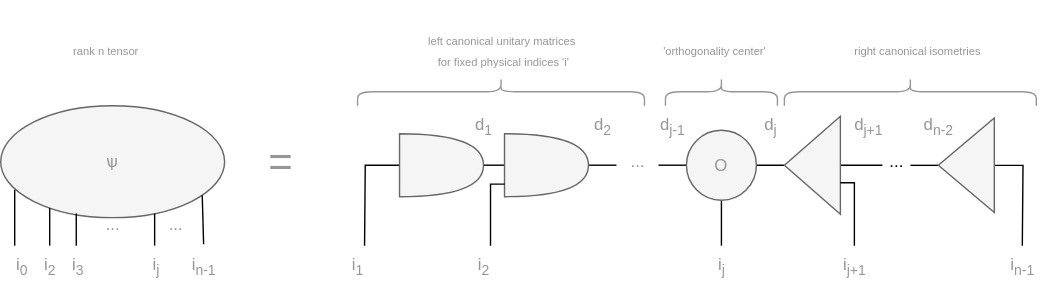
Above: pictures/mps.svg in Prod1us/TensorNetworks (draw.io), before the change. Source tidied: cells renumbered, new cells last; positions are measured from the earlier drawing's top-left corner, leaving out a move shared by most shapes.
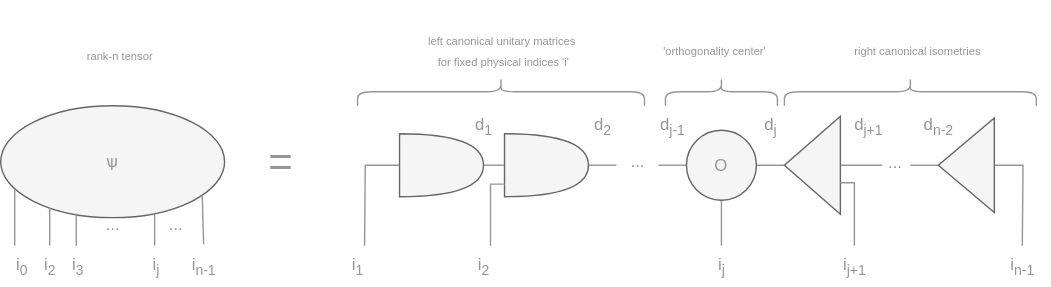
After the change.

Change to the diagram source:
```diff
@@ -5,19 +5,19 @@
     <mxCell id="2" value="&lt;font color=&quot;#969696&quot;&gt;ѱ&lt;/font&gt;" style="ellipse;whiteSpace=wrap;html=1;fillColor=#f5f5f5;fontColor=#333333;strokeColor=#666666;" parent="1" vertex="1">
       <mxGeometry y="75" width="160" height="80" as="geometry" />
     </mxCell>
-    <mxCell id="3" style="endArrow=none;html=1;rounded=0;" parent="1" edge="1">
+    <mxCell id="3" style="endArrow=none;html=1;rounded=0;fillColor=#969696;strokeColor=#969696;" parent="1" edge="1">
       <mxGeometry relative="1" as="geometry">
         <mxPoint x="10" y="175" as="sourcePoint" />
         <mxPoint x="10" y="135" as="targetPoint" />
       </mxGeometry>
     </mxCell>
-    <mxCell id="4" style="endArrow=none;html=1;rounded=0;" parent="1" edge="1">
+    <mxCell id="4" style="endArrow=none;html=1;rounded=0;strokeColor=#969696;" parent="1" edge="1">
       <mxGeometry relative="1" as="geometry">
         <mxPoint x="35" y="175" as="sourcePoint" />
         <mxPoint x="35" y="148" as="targetPoint" />
       </mxGeometry>
     </mxCell>
-    <mxCell id="5" style="endArrow=none;html=1;rounded=0;" parent="1" edge="1">
+    <mxCell id="5" style="endArrow=none;html=1;rounded=0;strokeColor=#969696;" parent="1" edge="1">
       <mxGeometry relative="1" as="geometry">
         <mxPoint x="145" y="174" as="sourcePoint" />
         <mxPoint x="144" y="139" as="targetPoint" />
@@ -35,24 +35,24 @@
     <mxCell id="9" value="&lt;font color=&quot;#969696&quot;&gt;i&lt;sub&gt;n-1&lt;/sub&gt;&lt;/font&gt;" style="text;html=1;align=center;verticalAlign=middle;strokeColor=none;fillColor=none;" parent="1" vertex="1">
       <mxGeometry x="125" y="175" width="40" height="30" as="geometry" />
     </mxCell>
-    <mxCell id="10" style="endArrow=none;html=1;rounded=0;" parent="1" edge="1">
+    <mxCell id="10" style="endArrow=none;html=1;rounded=0;strokeColor=#969696;" parent="1" edge="1">
       <mxGeometry relative="1" as="geometry">
         <mxPoint x="54" y="175" as="sourcePoint" />
         <mxPoint x="54" y="152" as="targetPoint" />
       </mxGeometry>
     </mxCell>
-    <mxCell id="11" style="edgeStyle=orthogonalEdgeStyle;rounded=0;jettySize=auto;html=1;strokeWidth=1;endArrow=none;endFill=0;" parent="1" edge="1" source="13">
+    <mxCell id="11" style="edgeStyle=orthogonalEdgeStyle;rounded=0;jettySize=auto;html=1;strokeWidth=1;endArrow=none;endFill=0;strokeColor=#969696;" parent="1" edge="1" source="13">
       <mxGeometry relative="1" as="geometry">
         <mxPoint x="260" y="175" as="targetPoint" />
       </mxGeometry>
     </mxCell>
-    <mxCell id="12" style="rounded=0;jettySize=auto;html=1;endArrow=none;endFill=0;" parent="1" edge="1" source="13" target="15">
+    <mxCell id="12" style="rounded=0;jettySize=auto;html=1;endArrow=none;endFill=0;strokeColor=#969696;" parent="1" edge="1" source="13" target="15">
       <mxGeometry relative="1" as="geometry" />
     </mxCell>
     <mxCell id="13" style="shape=or;whiteSpace=wrap;html=1;fillColor=#f5f5f5;fontColor=#333333;strokeColor=#666666;" parent="1" vertex="1">
       <mxGeometry x="285" y="95" width="60" height="45" as="geometry" />
     </mxCell>
-    <mxCell id="14" style="edgeStyle=orthogonalEdgeStyle;rounded=0;jettySize=auto;html=1;endArrow=none;endFill=0;" parent="1" edge="1" source="15">
+    <mxCell id="14" style="edgeStyle=orthogonalEdgeStyle;rounded=0;jettySize=auto;html=1;endArrow=none;endFill=0;strokeColor=#969696;" parent="1" edge="1" source="15">
       <mxGeometry relative="1" as="geometry">
         <mxPoint x="440" y="117.5" as="targetPoint" />
       </mxGeometry>
@@ -60,7 +60,7 @@
     <mxCell id="15" style="shape=or;whiteSpace=wrap;html=1;fillColor=#f5f5f5;fontColor=#333333;strokeColor=#666666;" parent="1" vertex="1">
       <mxGeometry x="360" y="95" width="60" height="45" as="geometry" />
     </mxCell>
-    <mxCell id="16" style="endArrow=none;html=1;rounded=0;" parent="1" edge="1">
+    <mxCell id="16" style="endArrow=none;html=1;rounded=0;strokeColor=#969696;" parent="1" edge="1">
       <mxGeometry relative="1" as="geometry">
         <mxPoint x="350" y="175" as="sourcePoint" />
         <mxPoint x="360" y="131" as="targetPoint" />
@@ -75,7 +75,7 @@
     <mxCell id="18" value="&lt;font color=&quot;#969696&quot;&gt;i&lt;sub&gt;2&lt;/sub&gt;&lt;/font&gt;" style="text;html=1;align=center;verticalAlign=middle;strokeColor=none;fillColor=none;" parent="1" vertex="1">
       <mxGeometry x="330" y="175" width="30" height="30" as="geometry" />
     </mxCell>
-    <mxCell id="19" style="endArrow=none;html=1;rounded=0;" parent="1" edge="1">
+    <mxCell id="19" style="endArrow=none;html=1;rounded=0;strokeColor=#969696;" parent="1" edge="1">
       <mxGeometry relative="1" as="geometry">
         <mxPoint x="110" y="175" as="sourcePoint" />
         <mxPoint x="110" y="152" as="targetPoint" />
@@ -87,15 +87,15 @@
     <mxCell id="21" value="&lt;font color=&quot;#969696&quot;&gt;...&lt;/font&gt;" style="text;html=1;align=center;verticalAlign=middle;strokeColor=none;fillColor=none;" parent="1" vertex="1">
       <mxGeometry x="440" y="100" width="30" height="30" as="geometry" />
     </mxCell>
-    <mxCell id="22" style="edgeStyle=orthogonalEdgeStyle;rounded=0;jettySize=auto;html=1;endArrow=none;endFill=0;exitX=0;exitY=0.5;exitDx=0;exitDy=0;" parent="1" edge="1" source="25">
+    <mxCell id="22" style="edgeStyle=orthogonalEdgeStyle;rounded=0;jettySize=auto;html=1;endArrow=none;endFill=0;exitX=0;exitY=0.5;exitDx=0;exitDy=0;strokeColor=#969696;" parent="1" edge="1" source="25">
       <mxGeometry relative="1" as="geometry">
         <mxPoint x="470" y="118" as="targetPoint" />
       </mxGeometry>
     </mxCell>
-    <mxCell id="23" style="edgeStyle=orthogonalEdgeStyle;rounded=0;jettySize=auto;html=1;endArrow=none;endFill=0;" parent="1" edge="1" source="25" target="27">
+    <mxCell id="23" style="edgeStyle=orthogonalEdgeStyle;rounded=0;jettySize=auto;html=1;endArrow=none;endFill=0;strokeColor=#969696;" parent="1" edge="1" source="25" target="27">
       <mxGeometry relative="1" as="geometry" />
     </mxCell>
-    <mxCell id="24" style="rounded=0;jettySize=auto;html=1;endArrow=none;endFill=0;" parent="1" edge="1" source="25">
+    <mxCell id="24" style="rounded=0;jettySize=auto;html=1;endArrow=none;endFill=0;strokeColor=#969696;" parent="1" edge="1" source="25">
       <mxGeometry relative="1" as="geometry">
         <mxPoint x="515" y="175" as="targetPoint" />
       </mxGeometry>
@@ -103,7 +103,7 @@
     <mxCell id="25" value="&lt;font color=&quot;#969696&quot;&gt;O&lt;/font&gt;" style="ellipse;whiteSpace=wrap;html=1;fillColor=#f5f5f5;fontColor=#333333;strokeColor=#666666;" parent="1" vertex="1">
       <mxGeometry x="490" y="92.5" width="50" height="50" as="geometry" />
     </mxCell>
-    <mxCell id="26" style="edgeStyle=orthogonalEdgeStyle;rounded=0;jettySize=auto;html=1;endArrow=none;endFill=0;" parent="1" edge="1" source="27">
+    <mxCell id="26" style="edgeStyle=orthogonalEdgeStyle;rounded=0;jettySize=auto;html=1;endArrow=none;endFill=0;strokeColor=#969696;" parent="1" edge="1" source="27">
       <mxGeometry relative="1" as="geometry">
         <mxPoint x="630" y="117.5" as="targetPoint" />
       </mxGeometry>
@@ -111,7 +111,7 @@
     <mxCell id="27" style="triangle;whiteSpace=wrap;html=1;direction=west;fillColor=#f5f5f5;fontColor=#333333;strokeColor=#666666;" parent="1" vertex="1">
       <mxGeometry x="560" y="82.5" width="40" height="70" as="geometry" />
     </mxCell>
-    <mxCell id="28" style="endArrow=none;html=1;rounded=0;" parent="1" edge="1">
+    <mxCell id="28" style="endArrow=none;html=1;rounded=0;strokeColor=#969696;" parent="1" edge="1">
       <mxGeometry relative="1" as="geometry">
         <mxPoint x="600" y="130" as="sourcePoint" />
         <mxPoint x="610" y="175" as="targetPoint" />
@@ -120,12 +120,12 @@
         </Array>
       </mxGeometry>
     </mxCell>
-    <mxCell id="29" style="edgeStyle=orthogonalEdgeStyle;rounded=0;jettySize=auto;html=1;endArrow=none;endFill=0;" parent="1" edge="1" source="31">
+    <mxCell id="29" style="edgeStyle=orthogonalEdgeStyle;rounded=0;jettySize=auto;html=1;endArrow=none;endFill=0;strokeColor=#969696;" parent="1" edge="1" source="31">
       <mxGeometry relative="1" as="geometry">
         <mxPoint x="730" y="175" as="targetPoint" />
       </mxGeometry>
     </mxCell>
-    <mxCell id="30" style="edgeStyle=orthogonalEdgeStyle;rounded=0;jettySize=auto;html=1;entryX=0.667;entryY=0.583;entryDx=0;entryDy=0;entryPerimeter=0;endArrow=none;endFill=0;" parent="1" edge="1" source="31">
+    <mxCell id="30" style="edgeStyle=orthogonalEdgeStyle;rounded=0;jettySize=auto;html=1;entryX=0.667;entryY=0.583;entryDx=0;entryDy=0;entryPerimeter=0;endArrow=none;endFill=0;strokeColor=#969696;" parent="1" edge="1" source="31">
       <mxGeometry relative="1" as="geometry">
         <mxPoint x="650" y="117.5" as="targetPoint" />
       </mxGeometry>
@@ -133,9 +133,6 @@
     <mxCell id="31" style="triangle;whiteSpace=wrap;html=1;direction=west;fillColor=#f5f5f5;fontColor=#333333;strokeColor=#666666;" parent="1" vertex="1">
       <mxGeometry x="670" y="83.8" width="40" height="67.5" as="geometry" />
     </mxCell>
-    <mxCell id="32" value="..." style="text;html=1;align=center;verticalAlign=middle;strokeColor=none;fillColor=none;" parent="1" vertex="1">
-      <mxGeometry x="625" y="100" width="30" height="30" as="geometry" />
-    </mxCell>
     <mxCell id="33" value="&lt;font color=&quot;#969696&quot;&gt;...&lt;/font&gt;" style="text;html=1;align=center;verticalAlign=middle;strokeColor=none;fillColor=none;" parent="1" vertex="1">
       <mxGeometry x="65" y="145" width="30" height="30" as="geometry" />
     </mxCell>
@@ -172,9 +169,6 @@
     <mxCell id="44" value="&lt;font style=&quot;font-size: 8px;&quot; color=&quot;#969696&quot;&gt;right canonical isometries&lt;/font&gt;" style="text;html=1;align=center;verticalAlign=middle;strokeColor=none;fillColor=none;" parent="1" vertex="1">
       <mxGeometry x="600" y="20" width="110" height="30" as="geometry" />
     </mxCell>
-    <mxCell id="45" value="&lt;font style=&quot;font-size: 8px; background-color: rgb(255, 255, 255);&quot; color=&quot;#969696&quot;&gt;rank n tensor &lt;/font&gt;" style="text;html=1;align=center;verticalAlign=middle;strokeColor=none;fillColor=none;" parent="1" vertex="1">
-      <mxGeometry x="40" y="20" width="70" height="30" as="geometry" />
-    </mxCell>
     <mxCell id="46" value="&lt;font color=&quot;#969696&quot;&gt;d&lt;sub&gt;1&lt;/sub&gt;&lt;/font&gt;" style="text;html=1;align=center;verticalAlign=middle;strokeColor=none;fillColor=none;" parent="1" vertex="1">
       <mxGeometry x="325" y="75" width="40" height="30" as="geometry" />
     </mxCell>
@@ -193,5 +187,11 @@
     <mxCell id="51" value="&lt;font color=&quot;#969696&quot;&gt;d&lt;sub&gt;n-2&lt;/sub&gt;&lt;/font&gt;" style="text;html=1;align=center;verticalAlign=middle;strokeColor=none;fillColor=none;" parent="1" vertex="1">
       <mxGeometry x="650" y="75" width="40" height="30" as="geometry" />
     </mxCell>
+    <mxCell id="52" value="&lt;blockquote style=&quot;font-size: 8px;&quot;&gt;&lt;font style=&quot;font-size: 8px;&quot; color=&quot;#969696&quot;&gt;rank-n tensor&lt;br&gt;&lt;/font&gt;&lt;/blockquote&gt;" style="text;html=1;align=center;verticalAlign=middle;strokeColor=none;fillColor=none;" parent="1" vertex="1">
+      <mxGeometry x="10" y="20" width="150" height="40" as="geometry" />
+    </mxCell>
+    <mxCell id="32" value="&lt;font color=&quot;#969696&quot;&gt;...&lt;/font&gt;" style="text;html=1;align=center;verticalAlign=middle;strokeColor=none;fillColor=none;" parent="1" vertex="1">
+      <mxGeometry x="624" y="101" width="30" height="30" as="geometry" />
+    </mxCell>
   </root>
 </mxGraphModel>
```
